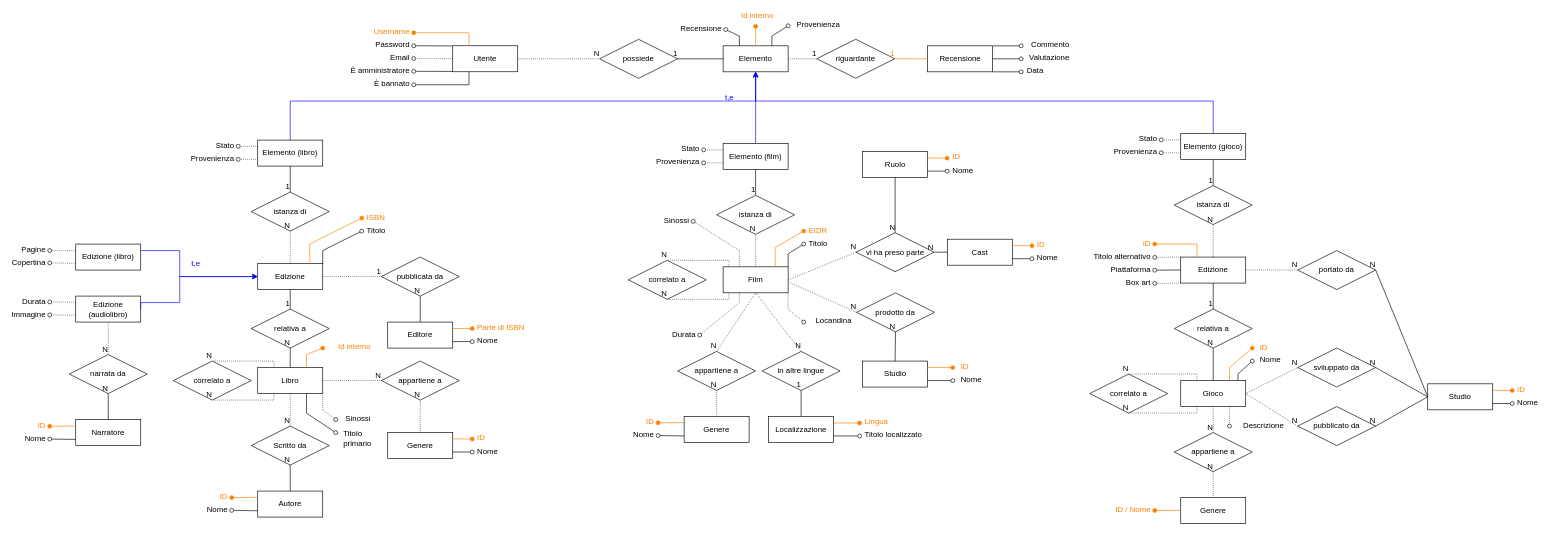
Earlier version of the draw.io diagram schema-finale.drawio (Steffo99/unimore-bdd-2020-alexandria). Source tidied: cells renumbered, new cells numbered last; positions are measured from the earlier drawing's top-left corner, leaving out a move shared by most shapes. Both pictures are drawn from the tidied source at 65%, with x=0, y=0 at pixel (49, 25).
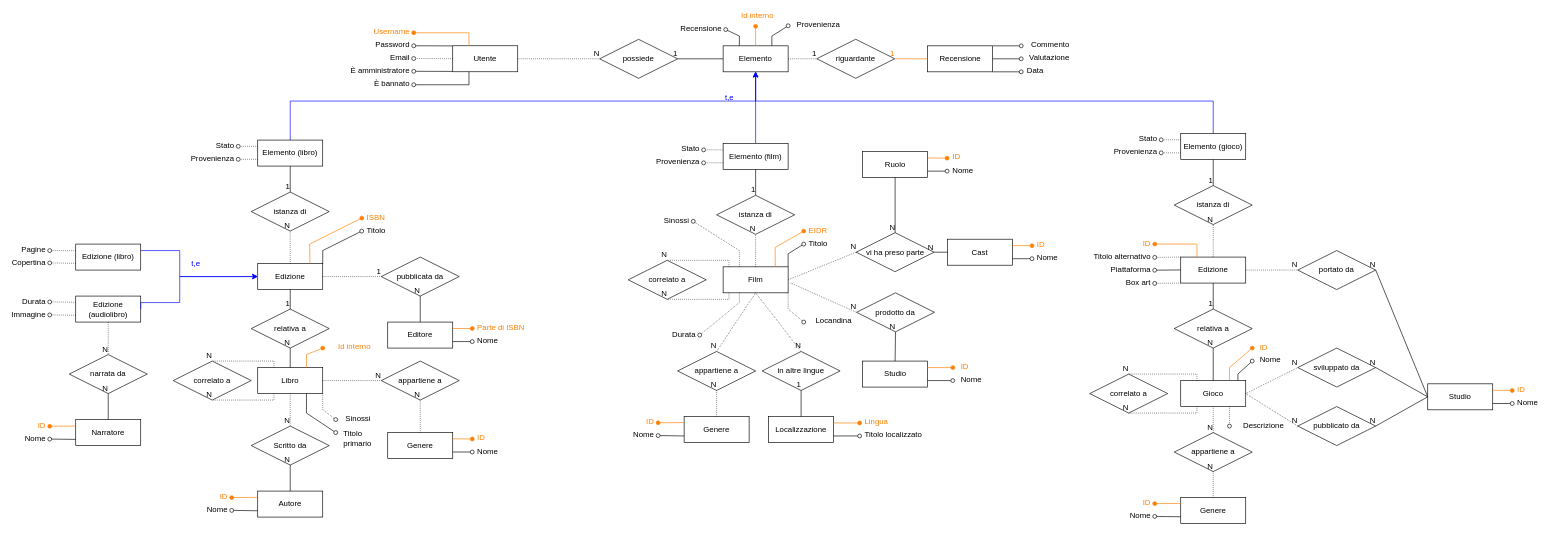
The same diagram, later.

Commit message:
Minuscola modifica allo schema finale

Diff of the diagram source:
```diff
@@
-    <mxCell id="142" style="endArrow=oval;html=1;rounded=0;strokeColor=#FF7F00;exitX=0;exitY=0.5;exitDx=0;exitDy=0;endFill=1;" parent="1" edge="1">
-      <mxGeometry relative="1" as="geometry">
-        <mxPoint x="1740" y="745.7" as="sourcePoint" />
-        <mxPoint x="1700" y="745.9" as="targetPoint" />
-      </mxGeometry>
-    </mxCell>
-    <mxCell id="143" value="ID / Nome" style="align=right;verticalAlign=middle;fontColor=#FF7F00;html=1;spacingRight=6;spacingBottom=4;" parent="142" vertex="1">
-      <mxGeometry x="1" relative="1" as="geometry">
-        <mxPoint y="0.2" as="offset" />
-      </mxGeometry>
-    </mxCell>
@@
+    <mxCell id="263" style="endArrow=oval;html=1;rounded=0;strokeColor=#000000;exitX=0;exitY=0.5;exitDx=0;exitDy=0;endFill=0;" parent="1" edge="1">
+      <mxGeometry relative="1" as="geometry">
+        <mxPoint x="1740" y="755.5" as="sourcePoint" />
+        <mxPoint x="1700" y="755" as="targetPoint" />
+      </mxGeometry>
+    </mxCell>
+    <mxCell id="264" value="Nome" style="align=right;verticalAlign=middle;fontColor=#000000;html=1;spacingRight=6;spacingBottom=4;" parent="263" vertex="1">
+      <mxGeometry x="1" relative="1" as="geometry">
+        <mxPoint y="0.2" as="offset" />
+      </mxGeometry>
+    </mxCell>
+    <mxCell id="265" style="endArrow=oval;html=1;rounded=0;strokeColor=#FF7F00;exitX=0;exitY=0.5;exitDx=0;exitDy=0;endFill=1;" parent="1" edge="1">
+      <mxGeometry relative="1" as="geometry">
+        <mxPoint x="1740" y="735" as="sourcePoint" />
+        <mxPoint x="1700" y="735.3" as="targetPoint" />
+      </mxGeometry>
+    </mxCell>
+    <mxCell id="266" value="ID" style="align=right;verticalAlign=middle;fontColor=#FF7F00;html=1;spacingRight=6;spacingBottom=4;" parent="265" vertex="1">
+      <mxGeometry x="1" relative="1" as="geometry">
+        <mxPoint y="0.2" as="offset" />
+      </mxGeometry>
+    </mxCell>
```
